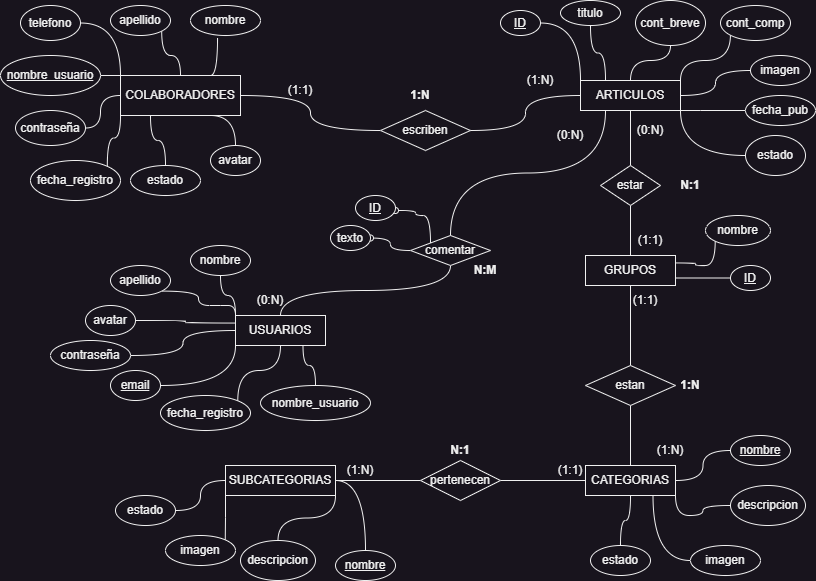
Earlier version of the draw.io export Sql/grupo2_desafio5.drawio.png (universoparalelo/Informatorio). Source tidied: cells renumbered, new cells last; positions are measured from the earlier drawing's top-left corner, leaving out a move shared by most shapes.
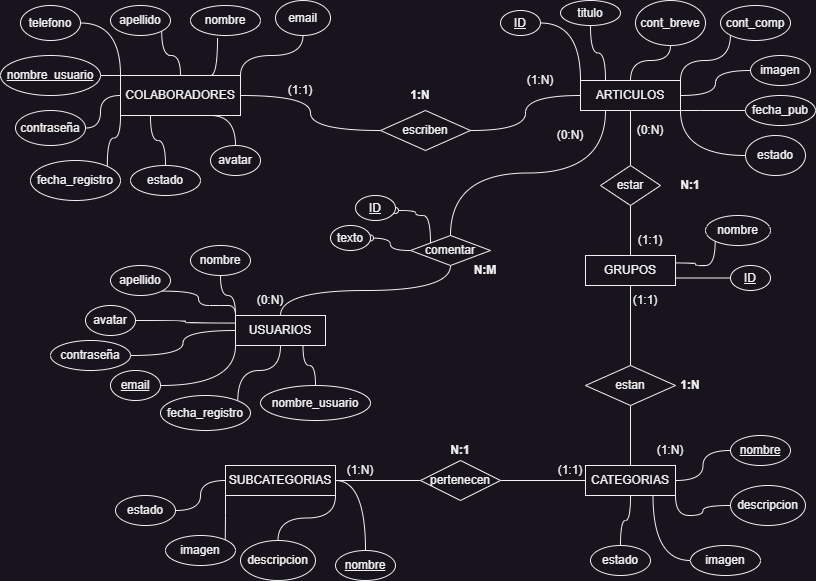
The same file after the commit.

Diff of the diagram source:
```diff
@@ -29,6 +29,9 @@
     <mxCell id="10" style="edgeStyle=orthogonalEdgeStyle;curved=1;rounded=0;jettySize=auto;html=1;exitX=0;exitY=0;exitDx=0;exitDy=0;entryX=1;entryY=0.5;entryDx=0;entryDy=0;endArrow=none;endFill=0;" parent="1" edge="1" source="11" target="63">
       <mxGeometry relative="1" as="geometry" />
     </mxCell>
+    <mxCell id="106" style="edgeStyle=orthogonalEdgeStyle;rounded=0;jettySize=auto;html=1;exitX=1;exitY=0;exitDx=0;exitDy=0;entryX=0.5;entryY=1;entryDx=0;entryDy=0;curved=1;endArrow=none;endFill=0;" parent="1" edge="1" source="11" target="107">
+      <mxGeometry relative="1" as="geometry" />
+    </mxCell>
     <mxCell id="11" value="COLABORADORES" style="rounded=0;whiteSpace=wrap;html=1;" parent="1" vertex="1">
       <mxGeometry x="120" y="75" width="120" height="40" as="geometry" />
     </mxCell>
@@ -334,5 +337,8 @@
     <mxCell id="105" value="&lt;u&gt;ID&lt;/u&gt;" style="ellipse;whiteSpace=wrap;html=1;" parent="1" vertex="1">
       <mxGeometry x="730" y="265" width="40" height="25" as="geometry" />
     </mxCell>
+    <mxCell id="107" value="email" style="ellipse;whiteSpace=wrap;html=1;" parent="1" vertex="1">
+      <mxGeometry x="275" width="55" height="35" as="geometry" />
+    </mxCell>
   </root>
 </mxGraphModel>
```
